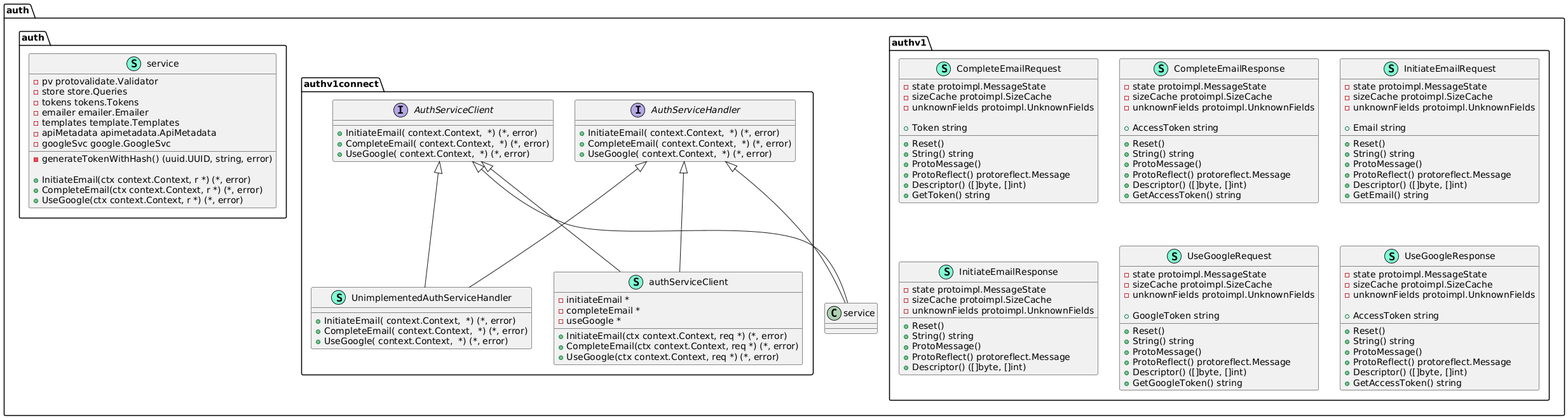
The PlantUML diagram docs/gp1/images/docs/diagrams/class/class-diagram/auth.png in jadwalapp/symmetrical-spoon, before a commit.
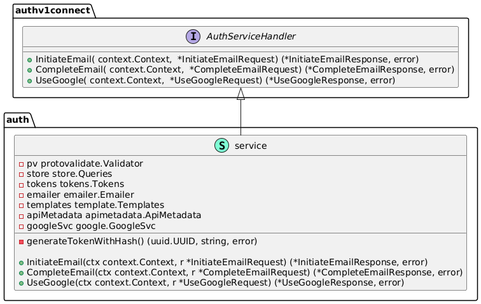
The same file after the commit.

Commit message:
make class diagram better

The edit, as a diff of the source:
```diff
@@ -1,6 +1,5 @@
 @startuml
 namespace auth {
-    namespace auth {
     class service << (S,Aquamarine) >> {
         - pv protovalidate.Validator
         - store store.Queries
@@ -12,141 +11,22 @@
 
         - generateTokenWithHash() (uuid.UUID, string, error)
 
-        + InitiateEmail(ctx context.Context, r *) (*, error)
-        + CompleteEmail(ctx context.Context, r *) (*, error)
-        + UseGoogle(ctx context.Context, r *) (*, error)
+        + InitiateEmail(ctx context.Context, r *InitiateEmailRequest) (*InitiateEmailResponse, error)
+        + CompleteEmail(ctx context.Context, r *CompleteEmailRequest) (*CompleteEmailResponse, error)
+        + UseGoogle(ctx context.Context, r *UseGoogleRequest) (*UseGoogleResponse, error)
 
     }
 }
 
-"authv1connect.AuthServiceClient" <|-- "auth.service"
 "authv1connect.AuthServiceHandler" <|-- "auth.service"
 
-namespace authv1 {
-    class CompleteEmailRequest << (S,Aquamarine) >> {
-        - state protoimpl.MessageState
-        - sizeCache protoimpl.SizeCache
-        - unknownFields protoimpl.UnknownFields
 
-        + Token string
-
-        + Reset()
-        + String() string
-        + ProtoMessage()
-        + ProtoReflect() protoreflect.Message
-        + Descriptor() ([]byte, []int)
-        + GetToken() string
-
-    }
-    class CompleteEmailResponse << (S,Aquamarine) >> {
-        - state protoimpl.MessageState
-        - sizeCache protoimpl.SizeCache
-        - unknownFields protoimpl.UnknownFields
-
-        + AccessToken string
-
-        + Reset()
-        + String() string
-        + ProtoMessage()
-        + ProtoReflect() protoreflect.Message
-        + Descriptor() ([]byte, []int)
-        + GetAccessToken() string
-
-    }
-    class InitiateEmailRequest << (S,Aquamarine) >> {
-        - state protoimpl.MessageState
-        - sizeCache protoimpl.SizeCache
-        - unknownFields protoimpl.UnknownFields
-
-        + Email string
-
-        + Reset()
-        + String() string
-        + ProtoMessage()
-        + ProtoReflect() protoreflect.Message
-        + Descriptor() ([]byte, []int)
-        + GetEmail() string
-
-    }
-    class InitiateEmailResponse << (S,Aquamarine) >> {
-        - state protoimpl.MessageState
-        - sizeCache protoimpl.SizeCache
-        - unknownFields protoimpl.UnknownFields
-
-        + Reset()
-        + String() string
-        + ProtoMessage()
-        + ProtoReflect() protoreflect.Message
-        + Descriptor() ([]byte, []int)
-
-    }
-    class UseGoogleRequest << (S,Aquamarine) >> {
-        - state protoimpl.MessageState
-        - sizeCache protoimpl.SizeCache
-        - unknownFields protoimpl.UnknownFields
-
-        + GoogleToken string
-
-        + Reset()
-        + String() string
-        + ProtoMessage()
-        + ProtoReflect() protoreflect.Message
-        + Descriptor() ([]byte, []int)
-        + GetGoogleToken() string
-
-    }
-    class UseGoogleResponse << (S,Aquamarine) >> {
-        - state protoimpl.MessageState
-        - sizeCache protoimpl.SizeCache
-        - unknownFields protoimpl.UnknownFields
-
-        + AccessToken string
-
-        + Reset()
-        + String() string
-        + ProtoMessage()
-        + ProtoReflect() protoreflect.Message
-        + Descriptor() ([]byte, []int)
-        + GetAccessToken() string
+namespace authv1connect {
+    interface AuthServiceHandler  {
+        + InitiateEmail( context.Context,  *InitiateEmailRequest) (*InitiateEmailResponse, error)
+        + CompleteEmail( context.Context,  *CompleteEmailRequest) (*CompleteEmailResponse, error)
+        + UseGoogle( context.Context,  *UseGoogleRequest) (*UseGoogleResponse, error)
 
     }
 }
-
-
-namespace authv1connect {
-    interface AuthServiceClient  {
-        + InitiateEmail( context.Context,  *) (*, error)
-        + CompleteEmail( context.Context,  *) (*, error)
-        + UseGoogle( context.Context,  *) (*, error)
-
-    }
-    interface AuthServiceHandler  {
-        + InitiateEmail( context.Context,  *) (*, error)
-        + CompleteEmail( context.Context,  *) (*, error)
-        + UseGoogle( context.Context,  *) (*, error)
-
-    }
-    class UnimplementedAuthServiceHandler << (S,Aquamarine) >> {
-        + InitiateEmail( context.Context,  *) (*, error)
-        + CompleteEmail( context.Context,  *) (*, error)
-        + UseGoogle( context.Context,  *) (*, error)
-
-    }
-    class authServiceClient << (S,Aquamarine) >> {
-        - initiateEmail *
-        - completeEmail *
-        - useGoogle *
-
-        + InitiateEmail(ctx context.Context, req *) (*, error)
-        + CompleteEmail(ctx context.Context, req *) (*, error)
-        + UseGoogle(ctx context.Context, req *) (*, error)
-
-    }
-}
-
-"authv1connect.AuthServiceClient" <|-- "authv1connect.UnimplementedAuthServiceHandler"
-"authv1connect.AuthServiceHandler" <|-- "authv1connect.UnimplementedAuthServiceHandler"
-"authv1connect.AuthServiceClient" <|-- "authv1connect.authServiceClient"
-"authv1connect.AuthServiceHandler" <|-- "authv1connect.authServiceClient"
-}
 @enduml
```
